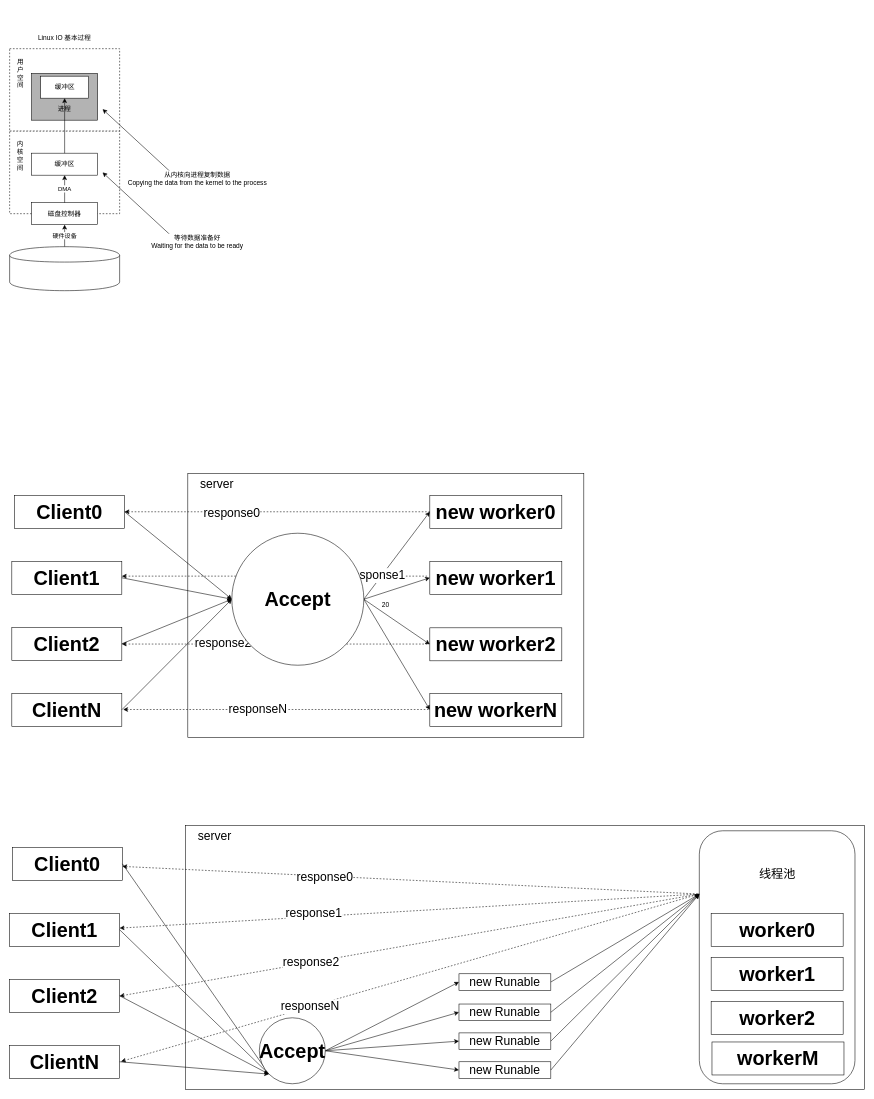
Earlier version of the draw.io diagram socket/drawio/io.drawio (QQ1350995917/gitbook). Source tidied: cells renumbered, new cells numbered last; positions are measured from the earlier drawing's top-left corner, leaving out a move shared by most shapes. Both pictures are drawn from the tidied source at 55%, with x=0, y=0 at pixel (9, 32).
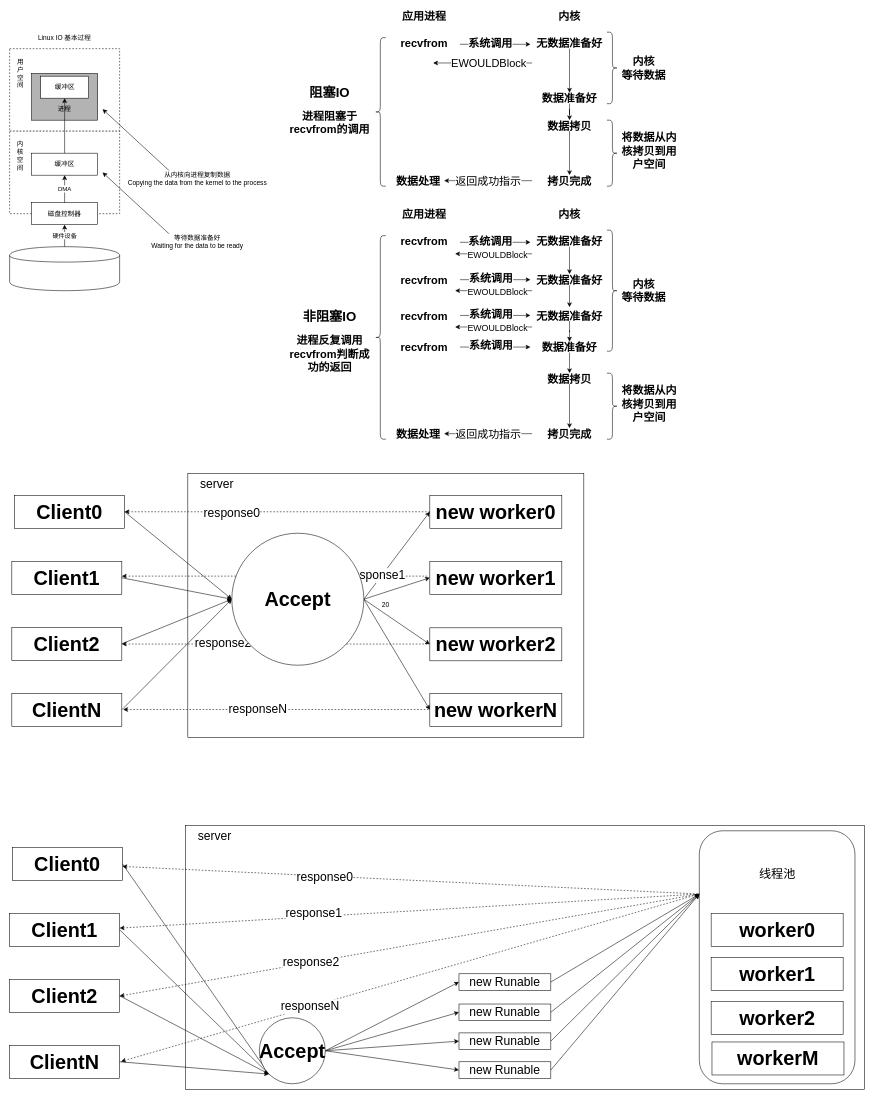
Above is the later version.

Commit message:
Track 1 files into repository.

- modified socket/drawio/io.drawio

Auto commit by GitBook Editor

The edit, as a diff of the source:
```diff
@@
+    <mxCell id="84" value="&lt;h1&gt;阻塞IO&lt;/h1&gt;&lt;p&gt;&lt;font size=&quot;1&quot;&gt;&lt;b style=&quot;font-size: 20px&quot;&gt;进程阻塞于recvfrom的调用&lt;/b&gt;&lt;/font&gt;&lt;/p&gt;" style="text;html=1;strokeColor=none;fillColor=none;spacing=5;spacingTop=-20;whiteSpace=wrap;overflow=hidden;rounded=0;align=center;" parent="1" vertex="1">
+      <mxGeometry x="500" y="90" width="164" height="100" as="geometry" />
+    </mxCell>
+    <mxCell id="85" style="shape=curlyBracket;whiteSpace=wrap;html=1;rounded=1;align=center;" parent="1" vertex="1">
+      <mxGeometry x="664" y="10" width="20" height="270" as="geometry" />
+    </mxCell>
+    <mxCell id="86" style="edgeStyle=orthogonalEdgeStyle;rounded=0;jettySize=auto;html=1;fontSize=20;exitX=0.992;exitY=0.886;exitDx=0;exitDy=0;exitPerimeter=0;entryX=-0.022;entryY=0.886;entryDx=0;entryDy=0;entryPerimeter=0;" parent="1" edge="1" source="88" target="91">
+      <mxGeometry relative="1" as="geometry" />
+    </mxCell>
+    <mxCell id="87" value="&lt;b&gt;系统调用&lt;/b&gt;" style="text;html=1;align=center;verticalAlign=middle;labelBackgroundColor=#ffffff;fontSize=20;" parent="86" vertex="1">
+      <mxGeometry x="-0.14" y="4" relative="1" as="geometry" />
+    </mxCell>
+    <mxCell id="88" value="应用进程&lt;br&gt;&lt;br&gt;recvfrom" style="text;html=1;strokeColor=none;fillColor=none;align=center;verticalAlign=middle;whiteSpace=wrap;rounded=0;fontStyle=1;fontSize=20;" parent="1" vertex="1">
+      <mxGeometry x="688" y="-40" width="132" height="70" as="geometry" />
+    </mxCell>
+    <mxCell id="89" style="edgeStyle=orthogonalEdgeStyle;rounded=0;orthogonalLoop=1;jettySize=auto;html=1;exitX=0.5;exitY=1;exitDx=0;exitDy=0;fontSize=20;" parent="1" edge="1">
+      <mxGeometry relative="1" as="geometry">
+        <mxPoint x="968" y="30" as="sourcePoint" />
+        <mxPoint x="968" y="30" as="targetPoint" />
+      </mxGeometry>
+    </mxCell>
+    <mxCell id="90" style="edgeStyle=orthogonalEdgeStyle;rounded=0;jettySize=auto;html=1;fontSize=20;" parent="1" edge="1" source="91" target="93">
+      <mxGeometry relative="1" as="geometry" />
+    </mxCell>
+    <mxCell id="91" value="内核&lt;br&gt;&lt;br&gt;无数据准备好&lt;br&gt;" style="text;html=1;strokeColor=none;fillColor=none;align=center;verticalAlign=middle;whiteSpace=wrap;rounded=0;fontStyle=1;fontSize=20;" parent="1" vertex="1">
+      <mxGeometry x="950" y="-40" width="136" height="70" as="geometry" />
+    </mxCell>
+    <mxCell id="92" style="edgeStyle=orthogonalEdgeStyle;rounded=0;jettySize=auto;html=1;fontSize=20;" parent="1" edge="1" source="93" target="95">
+      <mxGeometry relative="1" as="geometry" />
+    </mxCell>
+    <mxCell id="93" value="数据准备好&lt;br&gt;" style="text;html=1;strokeColor=none;fillColor=none;align=center;verticalAlign=middle;whiteSpace=wrap;rounded=0;fontStyle=1;fontSize=20;" parent="1" vertex="1">
+      <mxGeometry x="950" y="110" width="136" height="20" as="geometry" />
+    </mxCell>
+    <mxCell id="94" style="edgeStyle=orthogonalEdgeStyle;rounded=0;jettySize=auto;html=1;fontSize=20;" parent="1" edge="1" source="95" target="97">
+      <mxGeometry relative="1" as="geometry" />
+    </mxCell>
+    <mxCell id="95" value="数据拷贝" style="text;html=1;strokeColor=none;fillColor=none;align=center;verticalAlign=middle;whiteSpace=wrap;rounded=0;fontStyle=1;fontSize=20;" parent="1" vertex="1">
+      <mxGeometry x="950" y="160" width="136" height="20" as="geometry" />
+    </mxCell>
+    <mxCell id="96" value="返回成功指示" style="edgeStyle=orthogonalEdgeStyle;rounded=0;jettySize=auto;html=1;fontSize=20;" parent="1" edge="1" source="97" target="98">
+      <mxGeometry relative="1" as="geometry" />
+    </mxCell>
+    <mxCell id="97" value="拷贝完成" style="text;html=1;strokeColor=none;fillColor=none;align=center;verticalAlign=middle;whiteSpace=wrap;rounded=0;fontStyle=1;fontSize=20;" parent="1" vertex="1">
+      <mxGeometry x="950" y="260" width="136" height="20" as="geometry" />
+    </mxCell>
+    <mxCell id="98" value="数据处理" style="text;html=1;strokeColor=none;fillColor=none;align=center;verticalAlign=middle;whiteSpace=wrap;rounded=0;fontStyle=1;fontSize=20;" parent="1" vertex="1">
+      <mxGeometry x="696" y="260" width="94" height="20" as="geometry" />
+    </mxCell>
+    <mxCell id="99" style="shape=curlyBracket;whiteSpace=wrap;html=1;rounded=1;align=center;direction=west;" parent="1" vertex="1">
+      <mxGeometry x="1086" width="20" height="130" as="geometry" />
+    </mxCell>
+    <mxCell id="100" value="内核&lt;br&gt;等待数据&lt;br&gt;" style="text;html=1;strokeColor=none;fillColor=none;align=center;verticalAlign=middle;whiteSpace=wrap;rounded=0;fontStyle=1;fontSize=20;" parent="1" vertex="1">
+      <mxGeometry x="1106" y="55" width="94" height="20" as="geometry" />
+    </mxCell>
+    <mxCell id="101" style="shape=curlyBracket;whiteSpace=wrap;html=1;rounded=1;align=center;direction=west;" parent="1" vertex="1">
+      <mxGeometry x="1086" y="160" width="20" height="120" as="geometry" />
+    </mxCell>
+    <mxCell id="102" value="将数据从内核拷贝到用户空间&lt;br&gt;" style="text;html=1;strokeColor=none;fillColor=none;align=center;verticalAlign=middle;whiteSpace=wrap;rounded=0;fontStyle=1;fontSize=20;" parent="1" vertex="1">
+      <mxGeometry x="1106" y="205" width="114" height="20" as="geometry" />
+    </mxCell>
+    <mxCell id="103" value="&lt;h1&gt;非阻塞IO&lt;/h1&gt;&lt;p&gt;&lt;font size=&quot;1&quot;&gt;&lt;b style=&quot;font-size: 20px&quot;&gt;进程反复调用recvfrom判断成功的返回&lt;/b&gt;&lt;/font&gt;&lt;/p&gt;" style="text;html=1;strokeColor=none;fillColor=none;spacing=5;spacingTop=-20;whiteSpace=wrap;overflow=hidden;rounded=0;align=center;" parent="1" vertex="1">
+      <mxGeometry x="500" y="497.5" width="164" height="130" as="geometry" />
+    </mxCell>
+    <mxCell id="104" style="endArrow=classic;html=1;fontSize=20;" parent="1" edge="1">
+      <mxGeometry relative="1" as="geometry">
+        <mxPoint x="950" y="56" as="sourcePoint" />
+        <mxPoint x="770" y="56" as="targetPoint" />
+      </mxGeometry>
+    </mxCell>
+    <mxCell id="105" value="EWOULDBlock" style="text;html=1;align=center;verticalAlign=middle;labelBackgroundColor=#ffffff;fontSize=20;" parent="104" vertex="1">
+      <mxGeometry x="0.18" relative="1" as="geometry">
+        <mxPoint x="26" y="-1" as="offset" />
+      </mxGeometry>
+    </mxCell>
+    <mxCell id="106" style="shape=curlyBracket;whiteSpace=wrap;html=1;rounded=1;align=center;" parent="1" vertex="1">
+      <mxGeometry x="664" y="370" width="20" height="370" as="geometry" />
+    </mxCell>
+    <mxCell id="107" style="edgeStyle=orthogonalEdgeStyle;rounded=0;jettySize=auto;html=1;fontSize=20;exitX=0.992;exitY=0.886;exitDx=0;exitDy=0;exitPerimeter=0;entryX=-0.022;entryY=0.886;entryDx=0;entryDy=0;entryPerimeter=0;" parent="1" edge="1" source="109" target="112">
+      <mxGeometry relative="1" as="geometry" />
+    </mxCell>
+    <mxCell id="108" value="&lt;b&gt;系统调用&lt;/b&gt;" style="text;html=1;align=center;verticalAlign=middle;labelBackgroundColor=#ffffff;fontSize=20;" parent="107" vertex="1">
+      <mxGeometry x="-0.14" y="4" relative="1" as="geometry" />
+    </mxCell>
+    <mxCell id="109" value="应用进程&lt;br&gt;&lt;br&gt;recvfrom" style="text;html=1;strokeColor=none;fillColor=none;align=center;verticalAlign=middle;whiteSpace=wrap;rounded=0;fontStyle=1;fontSize=20;" parent="1" vertex="1">
+      <mxGeometry x="688" y="320" width="132" height="70" as="geometry" />
+    </mxCell>
+    <mxCell id="110" style="edgeStyle=orthogonalEdgeStyle;rounded=0;orthogonalLoop=1;jettySize=auto;html=1;exitX=0.5;exitY=1;exitDx=0;exitDy=0;fontSize=20;" parent="1" edge="1">
+      <mxGeometry relative="1" as="geometry">
+        <mxPoint x="968" y="390" as="sourcePoint" />
+        <mxPoint x="968" y="390" as="targetPoint" />
+      </mxGeometry>
+    </mxCell>
+    <mxCell id="111" style="edgeStyle=orthogonalEdgeStyle;rounded=0;jettySize=auto;html=1;fontSize=20;" parent="1" edge="1" source="112" target="114">
+      <mxGeometry relative="1" as="geometry" />
+    </mxCell>
+    <mxCell id="112" value="内核&lt;br&gt;&lt;br&gt;无数据准备好&lt;br&gt;" style="text;html=1;strokeColor=none;fillColor=none;align=center;verticalAlign=middle;whiteSpace=wrap;rounded=0;fontStyle=1;fontSize=20;" parent="1" vertex="1">
+      <mxGeometry x="950" y="320" width="136" height="70" as="geometry" />
+    </mxCell>
+    <mxCell id="113" style="edgeStyle=orthogonalEdgeStyle;rounded=0;jettySize=auto;html=1;fontSize=20;" parent="1" edge="1" source="114">
+      <mxGeometry relative="1" as="geometry">
+        <mxPoint x="1018" y="500" as="targetPoint" />
+      </mxGeometry>
+    </mxCell>
+    <mxCell id="114" value="无数据准备好&lt;br&gt;" style="text;html=1;strokeColor=none;fillColor=none;align=center;verticalAlign=middle;whiteSpace=wrap;rounded=0;fontStyle=1;fontSize=20;" parent="1" vertex="1">
+      <mxGeometry x="950" y="440" width="136" height="20" as="geometry" />
+    </mxCell>
+    <mxCell id="115" style="edgeStyle=orthogonalEdgeStyle;rounded=0;jettySize=auto;html=1;fontSize=20;" parent="1" edge="1" source="116" target="118">
+      <mxGeometry relative="1" as="geometry" />
+    </mxCell>
+    <mxCell id="116" value="数据拷贝" style="text;html=1;strokeColor=none;fillColor=none;align=center;verticalAlign=middle;whiteSpace=wrap;rounded=0;fontStyle=1;fontSize=20;" parent="1" vertex="1">
+      <mxGeometry x="950" y="620" width="136" height="20" as="geometry" />
+    </mxCell>
+    <mxCell id="117" value="返回成功指示" style="edgeStyle=orthogonalEdgeStyle;rounded=0;jettySize=auto;html=1;fontSize=20;" parent="1" edge="1" source="118" target="119">
+      <mxGeometry relative="1" as="geometry">
+        <Array as="points">
+          <mxPoint x="870" y="730" />
+          <mxPoint x="870" y="730" />
+        </Array>
+      </mxGeometry>
+    </mxCell>
+    <mxCell id="118" value="拷贝完成" style="text;html=1;strokeColor=none;fillColor=none;align=center;verticalAlign=middle;whiteSpace=wrap;rounded=0;fontStyle=1;fontSize=20;" parent="1" vertex="1">
+      <mxGeometry x="950" y="720" width="136" height="20" as="geometry" />
+    </mxCell>
+    <mxCell id="119" value="数据处理" style="text;html=1;strokeColor=none;fillColor=none;align=center;verticalAlign=middle;whiteSpace=wrap;rounded=0;fontStyle=1;fontSize=20;" parent="1" vertex="1">
+      <mxGeometry x="696" y="720" width="94" height="20" as="geometry" />
+    </mxCell>
+    <mxCell id="120" value="recvfrom" style="text;html=1;strokeColor=none;fillColor=none;align=center;verticalAlign=middle;whiteSpace=wrap;rounded=0;fontStyle=1;fontSize=20;" parent="1" vertex="1">
+      <mxGeometry x="707" y="440" width="94" height="20" as="geometry" />
+    </mxCell>
+    <mxCell id="121" style="shape=curlyBracket;whiteSpace=wrap;html=1;rounded=1;align=center;direction=west;" parent="1" vertex="1">
+      <mxGeometry x="1086" y="360" width="20" height="220" as="geometry" />
+    </mxCell>
+    <mxCell id="122" value="内核&lt;br&gt;等待数据&lt;br&gt;" style="text;html=1;strokeColor=none;fillColor=none;align=center;verticalAlign=middle;whiteSpace=wrap;rounded=0;fontStyle=1;fontSize=20;" parent="1" vertex="1">
+      <mxGeometry x="1106" y="460" width="94" height="20" as="geometry" />
+    </mxCell>
+    <mxCell id="123" style="shape=curlyBracket;whiteSpace=wrap;html=1;rounded=1;align=center;direction=west;" parent="1" vertex="1">
+      <mxGeometry x="1086" y="620" width="20" height="120" as="geometry" />
+    </mxCell>
+    <mxCell id="124" value="将数据从内核拷贝到用户空间&lt;br&gt;" style="text;html=1;strokeColor=none;fillColor=none;align=center;verticalAlign=middle;whiteSpace=wrap;rounded=0;fontStyle=1;fontSize=20;" parent="1" vertex="1">
+      <mxGeometry x="1106" y="665" width="114" height="20" as="geometry" />
+    </mxCell>
+    <mxCell id="125" style="endArrow=classic;html=1;fontSize=20;" parent="1" edge="1">
+      <mxGeometry relative="1" as="geometry">
+        <mxPoint x="950" y="403" as="sourcePoint" />
+        <mxPoint x="810" y="403" as="targetPoint" />
+      </mxGeometry>
+    </mxCell>
+    <mxCell id="126" value="&lt;font style=&quot;font-size: 16px&quot;&gt;EWOULDBlock&lt;/font&gt;" style="text;html=1;align=center;verticalAlign=middle;labelBackgroundColor=#ffffff;fontSize=20;" parent="125" vertex="1">
+      <mxGeometry x="0.18" relative="1" as="geometry">
+        <mxPoint x="19" y="-1" as="offset" />
+      </mxGeometry>
+    </mxCell>
+    <mxCell id="127" style="edgeStyle=orthogonalEdgeStyle;rounded=0;orthogonalLoop=1;jettySize=auto;html=1;fontSize=20;exitX=0.992;exitY=0.886;exitDx=0;exitDy=0;exitPerimeter=0;entryX=-0.022;entryY=0.886;entryDx=0;entryDy=0;entryPerimeter=0;" parent="1" edge="1">
+      <mxGeometry relative="1" as="geometry">
+        <mxPoint x="819" y="450" as="sourcePoint" />
+        <mxPoint x="947" y="450" as="targetPoint" />
+      </mxGeometry>
+    </mxCell>
+    <mxCell id="128" value="&lt;b&gt;系统调用&lt;/b&gt;" style="text;html=1;align=center;verticalAlign=middle;labelBackgroundColor=#ffffff;fontSize=20;" parent="127" vertex="1">
+      <mxGeometry x="-0.14" y="4" relative="1" as="geometry" />
+    </mxCell>
+    <mxCell id="129" style="endArrow=classic;html=1;fontSize=20;" parent="1" edge="1">
+      <mxGeometry relative="1" as="geometry">
+        <mxPoint x="950" y="470" as="sourcePoint" />
+        <mxPoint x="810" y="470" as="targetPoint" />
+      </mxGeometry>
+    </mxCell>
+    <mxCell id="130" value="&lt;font style=&quot;font-size: 16px&quot;&gt;EWOULDBlock&lt;/font&gt;" style="text;html=1;align=center;verticalAlign=middle;labelBackgroundColor=#ffffff;fontSize=20;" parent="129" vertex="1">
+      <mxGeometry x="0.18" relative="1" as="geometry">
+        <mxPoint x="19" y="-1" as="offset" />
+      </mxGeometry>
+    </mxCell>
+    <mxCell id="131" style="edgeStyle=orthogonalEdgeStyle;rounded=0;jettySize=auto;html=1;fontSize=20;" parent="1" edge="1" source="132" target="134">
+      <mxGeometry relative="1" as="geometry" />
+    </mxCell>
+    <mxCell id="132" value="无数据准备好&lt;br&gt;" style="text;html=1;strokeColor=none;fillColor=none;align=center;verticalAlign=middle;whiteSpace=wrap;rounded=0;fontStyle=1;fontSize=20;" parent="1" vertex="1">
+      <mxGeometry x="950" y="505" width="136" height="20" as="geometry" />
+    </mxCell>
+    <mxCell id="133" style="edgeStyle=orthogonalEdgeStyle;rounded=0;jettySize=auto;html=1;fontSize=20;" parent="1" edge="1" source="134">
+      <mxGeometry relative="1" as="geometry">
+        <mxPoint x="1018" y="620" as="targetPoint" />
+      </mxGeometry>
+    </mxCell>
+    <mxCell id="134" value="数据准备好&lt;br&gt;" style="text;html=1;strokeColor=none;fillColor=none;align=center;verticalAlign=middle;whiteSpace=wrap;rounded=0;fontStyle=1;fontSize=20;" parent="1" vertex="1">
+      <mxGeometry x="950" y="562.5" width="136" height="20" as="geometry" />
+    </mxCell>
+    <mxCell id="135" value="recvfrom" style="text;html=1;strokeColor=none;fillColor=none;align=center;verticalAlign=middle;whiteSpace=wrap;rounded=0;fontStyle=1;fontSize=20;" parent="1" vertex="1">
+      <mxGeometry x="707" y="505" width="94" height="20" as="geometry" />
+    </mxCell>
+    <mxCell id="136" style="edgeStyle=orthogonalEdgeStyle;rounded=0;orthogonalLoop=1;jettySize=auto;html=1;fontSize=20;exitX=0.992;exitY=0.886;exitDx=0;exitDy=0;exitPerimeter=0;entryX=-0.022;entryY=0.886;entryDx=0;entryDy=0;entryPerimeter=0;" parent="1" edge="1">
+      <mxGeometry relative="1" as="geometry">
+        <mxPoint x="819" y="515" as="sourcePoint" />
+        <mxPoint x="947" y="515" as="targetPoint" />
+      </mxGeometry>
+    </mxCell>
+    <mxCell id="137" value="&lt;b&gt;系统调用&lt;/b&gt;" style="text;html=1;align=center;verticalAlign=middle;labelBackgroundColor=#ffffff;fontSize=20;" parent="136" vertex="1">
+      <mxGeometry x="-0.14" y="4" relative="1" as="geometry" />
+    </mxCell>
+    <mxCell id="138" style="endArrow=classic;html=1;fontSize=20;" parent="1" edge="1">
+      <mxGeometry relative="1" as="geometry">
+        <mxPoint x="950" y="536" as="sourcePoint" />
+        <mxPoint x="810" y="536" as="targetPoint" />
+      </mxGeometry>
+    </mxCell>
+    <mxCell id="139" value="&lt;font style=&quot;font-size: 16px&quot;&gt;EWOULDBlock&lt;/font&gt;" style="text;html=1;align=center;verticalAlign=middle;labelBackgroundColor=#ffffff;fontSize=20;" parent="138" vertex="1">
+      <mxGeometry x="0.18" relative="1" as="geometry">
+        <mxPoint x="19" y="-1" as="offset" />
+      </mxGeometry>
+    </mxCell>
+    <mxCell id="140" value="recvfrom" style="text;html=1;strokeColor=none;fillColor=none;align=center;verticalAlign=middle;whiteSpace=wrap;rounded=0;fontStyle=1;fontSize=20;" parent="1" vertex="1">
+      <mxGeometry x="707" y="562.5" width="94" height="20" as="geometry" />
+    </mxCell>
+    <mxCell id="141" style="edgeStyle=orthogonalEdgeStyle;rounded=0;orthogonalLoop=1;jettySize=auto;html=1;fontSize=20;exitX=0.992;exitY=0.886;exitDx=0;exitDy=0;exitPerimeter=0;entryX=-0.022;entryY=0.886;entryDx=0;entryDy=0;entryPerimeter=0;" parent="1" edge="1">
+      <mxGeometry relative="1" as="geometry">
+        <mxPoint x="819" y="572.5" as="sourcePoint" />
+        <mxPoint x="947" y="572.5" as="targetPoint" />
+      </mxGeometry>
+    </mxCell>
+    <mxCell id="142" value="&lt;b&gt;系统调用&lt;/b&gt;" style="text;html=1;align=center;verticalAlign=middle;labelBackgroundColor=#ffffff;fontSize=20;" parent="141" vertex="1">
+      <mxGeometry x="-0.14" y="4" relative="1" as="geometry" />
+    </mxCell>
```
